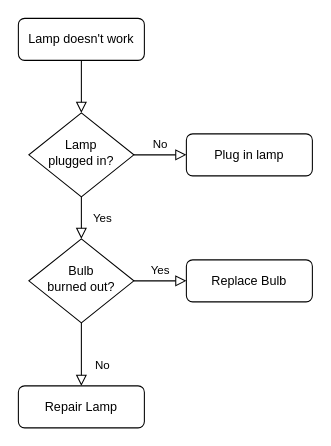
This is 聚合接口流程.drawio from yangbuyiya/yangbuyi-blog-images, a draw.io file, before an edit. Source tidied: cells renumbered, new cells numbered last; positions are measured from the earlier drawing's top-left corner, leaving out a move shared by most shapes. Both pictures are drawn from the tidied source at 105%, with x=0, y=0 at pixel (18, 18).
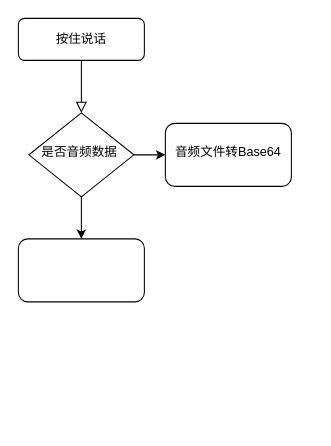
Above is the later version.

Commit message (it also covers changes not shown here):
更新聚合接口流程.drawio

Change to the diagram source:
```diff
@@
 <mxGraphModel>
   <root>
     <mxCell id="0" />
     <mxCell id="1" parent="0" />
     <mxCell id="2" style="rounded=0;html=1;jettySize=auto;fontSize=11;endArrow=block;endFill=0;endSize=8;strokeWidth=1;shadow=0;labelBackgroundColor=none;edgeStyle=orthogonalEdgeStyle;" parent="1" edge="1" source="3" target="6">
       <mxGeometry relative="1" as="geometry" />
     </mxCell>
-    <mxCell id="3" value="Lamp doesn't work" style="rounded=1;whiteSpace=wrap;html=1;fontSize=12;glass=0;strokeWidth=1;shadow=0;" parent="1" vertex="1">
+    <mxCell id="3" value="按住说话" style="rounded=1;whiteSpace=wrap;html=1;fontSize=12;glass=0;strokeWidth=1;shadow=0;" parent="1" vertex="1">
       <mxGeometry width="120" height="40" as="geometry" />
     </mxCell>
-    <mxCell id="4" value="Yes" style="rounded=0;html=1;jettySize=auto;fontSize=11;endArrow=block;endFill=0;endSize=8;strokeWidth=1;shadow=0;labelBackgroundColor=none;edgeStyle=orthogonalEdgeStyle;" parent="1" edge="1" source="6" target="10">
-      <mxGeometry y="20" relative="1" as="geometry" />
-    </mxCell>
-    <mxCell id="5" value="No" style="edgeStyle=orthogonalEdgeStyle;rounded=0;html=1;jettySize=auto;fontSize=11;endArrow=block;endFill=0;endSize=8;strokeWidth=1;shadow=0;labelBackgroundColor=none;" parent="1" edge="1" source="6" target="7">
-      <mxGeometry y="10" relative="1" as="geometry" />
-    </mxCell>
+    <mxCell id="13" style="edgeStyle=orthogonalEdgeStyle;rounded=0;jettySize=auto;html=1;" parent="1" edge="1" source="6" target="15">
+      <mxGeometry relative="1" as="geometry" />
+    </mxCell>
+    <mxCell id="14" style="edgeStyle=orthogonalEdgeStyle;rounded=0;jettySize=auto;html=1;" parent="1" edge="1" source="6" target="16">
+      <mxGeometry relative="1" as="geometry" />
+    </mxCell>
-    <mxCell id="6" value="Lamp&lt;br&gt;plugged in?" style="rhombus;whiteSpace=wrap;html=1;shadow=0;fontFamily=Helvetica;fontSize=12;align=center;strokeWidth=1;spacing=6;spacingTop=-4;" parent="1" vertex="1">
+    <mxCell id="6" value="是否音频数据&amp;nbsp;" style="rhombus;whiteSpace=wrap;html=1;shadow=0;fontFamily=Helvetica;fontSize=12;align=center;strokeWidth=1;spacing=6;spacingTop=-4;" parent="1" vertex="1">
       <mxGeometry x="10" y="90" width="100" height="80" as="geometry" />
     </mxCell>
-    <mxCell id="7" value="Plug in lamp" style="rounded=1;whiteSpace=wrap;html=1;fontSize=12;glass=0;strokeWidth=1;shadow=0;" parent="1" vertex="1">
-      <mxGeometry x="160" y="110" width="120" height="40" as="geometry" />
-    </mxCell>
-    <mxCell id="8" value="No" style="rounded=0;html=1;jettySize=auto;fontSize=11;endArrow=block;endFill=0;endSize=8;strokeWidth=1;shadow=0;labelBackgroundColor=none;edgeStyle=orthogonalEdgeStyle;" parent="1" edge="1" source="10" target="11">
-      <mxGeometry x="0.33" y="20" relative="1" as="geometry" />
-    </mxCell>
-    <mxCell id="9" value="Yes" style="edgeStyle=orthogonalEdgeStyle;rounded=0;html=1;jettySize=auto;fontSize=11;endArrow=block;endFill=0;endSize=8;strokeWidth=1;shadow=0;labelBackgroundColor=none;" parent="1" edge="1" source="10" target="12">
-      <mxGeometry y="10" relative="1" as="geometry" />
-    </mxCell>
-    <mxCell id="10" value="Bulb&lt;br&gt;burned out?" style="rhombus;whiteSpace=wrap;html=1;shadow=0;fontFamily=Helvetica;fontSize=12;align=center;strokeWidth=1;spacing=6;spacingTop=-4;" parent="1" vertex="1">
-      <mxGeometry x="10" y="210" width="100" height="80" as="geometry" />
-    </mxCell>
-    <mxCell id="11" value="Repair Lamp" style="rounded=1;whiteSpace=wrap;html=1;fontSize=12;glass=0;strokeWidth=1;shadow=0;" parent="1" vertex="1">
-      <mxGeometry y="350" width="120" height="40" as="geometry" />
-    </mxCell>
-    <mxCell id="12" value="Replace Bulb" style="rounded=1;whiteSpace=wrap;html=1;fontSize=12;glass=0;strokeWidth=1;shadow=0;" parent="1" vertex="1">
-      <mxGeometry x="160" y="230" width="120" height="40" as="geometry" />
-    </mxCell>
+    <mxCell id="15" value="音频文件转Base64" style="whiteSpace=wrap;html=1;shadow=0;strokeWidth=1;spacing=6;spacingTop=-4;rounded=1;" parent="1" vertex="1">
+      <mxGeometry x="140" y="100" width="120" height="60" as="geometry" />
+    </mxCell>
+    <mxCell id="16" style="rounded=1;whiteSpace=wrap;html=1;shadow=0;strokeWidth=1;spacing=6;spacingTop=-4;" parent="1" vertex="1">
+      <mxGeometry y="210" width="120" height="60" as="geometry" />
+    </mxCell>
   </root>
 </mxGraphModel>
```
